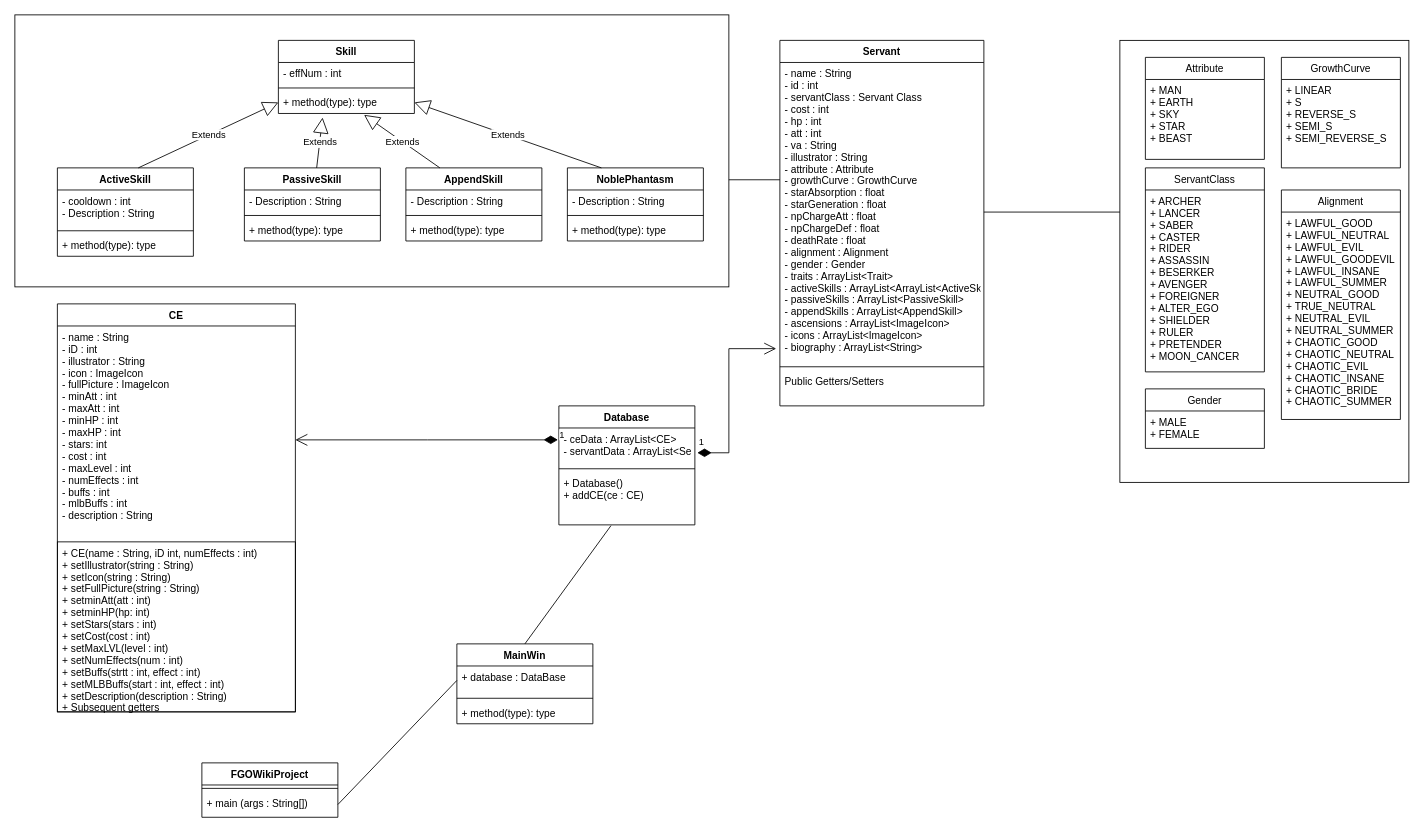
Above: FGO_ServantWiki/WIP_FGOWiki_UML.drawio in Khorva/Personal-Projects (draw.io), before the change. Source tidied: cells renumbered, new cells numbered last; positions are measured from the earlier drawing's top-left corner, leaving out a move shared by most shapes. Both pictures are drawn from the tidied source at 85%, with x=0, y=0 at pixel (14, 14).
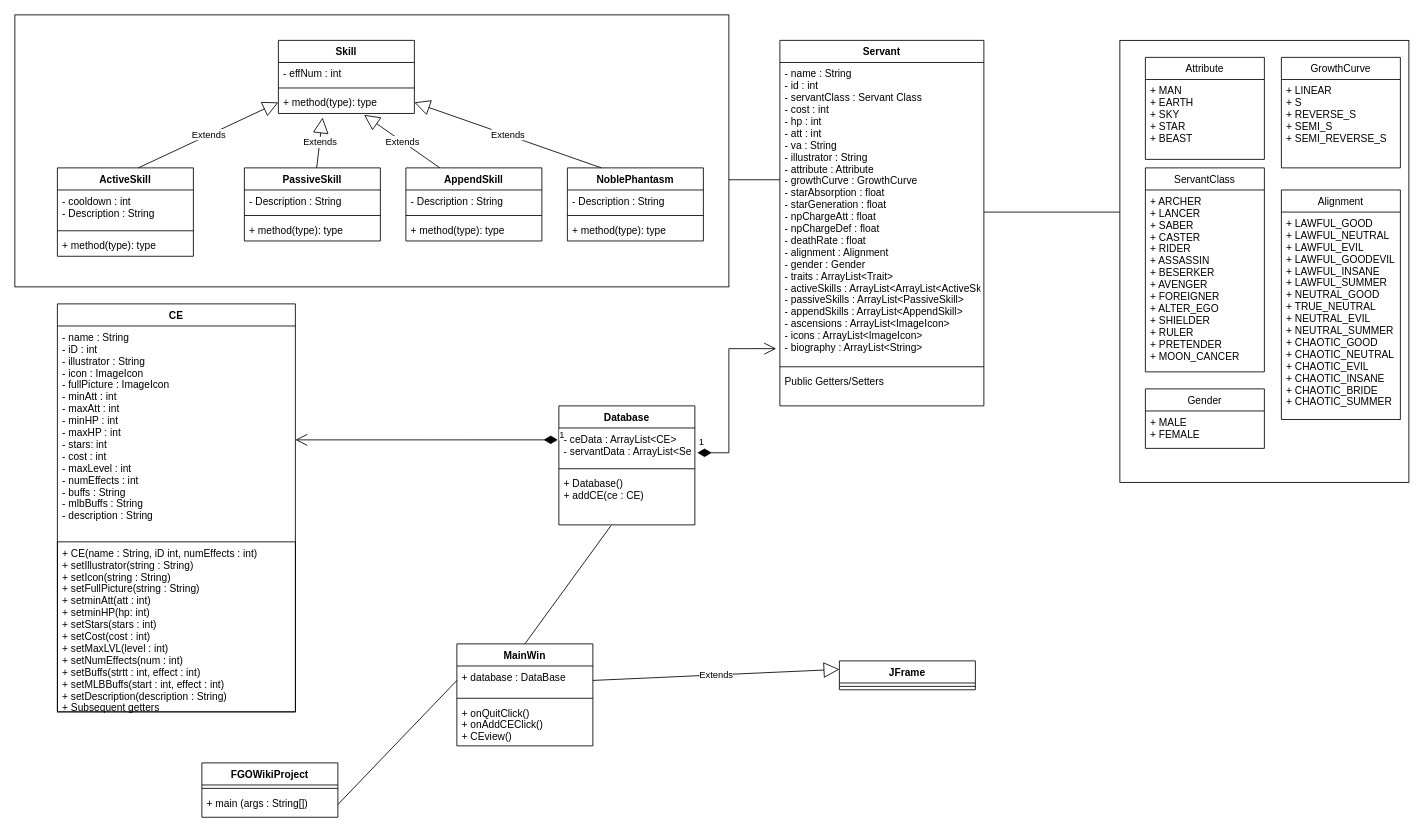
The same diagram, later.

Commit message (it also covers changes not shown here):
Added CEview() method to MainWin

Unchanged cells that the change refers to:
```xml
<mxCell id="7" value="CE" style="swimlane;fontStyle=1;align=center;verticalAlign=top;horizontal=1;startSize=26;" parent="1" vertex="1">
  <mxGeometry x="50" y="340" width="280" height="480" as="geometry" />
</mxCell>
<mxCell id="57" value="+ database : DataBase" style="text;strokeColor=none;fillColor=none;align=left;verticalAlign=top;spacingLeft=4;spacingRight=4;overflow=hidden;points=[[0,0.5],[1,0.5]];portConstraint=eastwest;" parent="56" vertex="1">
  <mxGeometry y="26" width="160" height="34" as="geometry" />
</mxCell>
```

The edit, as a diff of the source:
```diff
@@
-    <mxCell id="8" value="- name : String&#10;- iD : int&#10;- illustrator : String&#10;- icon : ImageIcon&#10;- fullPicture : ImageIcon&#10;- minAtt : int&#10;- maxAtt : int&#10;- minHP : int&#10;- maxHP : int&#10;- stars: int&#10;- cost : int&#10;- maxLevel : int&#10;- numEffects : int&#10;- buffs : int&#10;- mlbBuffs : int&#10;- description : String" style="text;strokeColor=none;fillColor=none;align=left;verticalAlign=top;spacingLeft=4;spacingRight=4;overflow=hidden;" parent="7" vertex="1">
+    <mxCell id="8" value="- name : String&#10;- iD : int&#10;- illustrator : String&#10;- icon : ImageIcon&#10;- fullPicture : ImageIcon&#10;- minAtt : int&#10;- maxAtt : int&#10;- minHP : int&#10;- maxHP : int&#10;- stars: int&#10;- cost : int&#10;- maxLevel : int&#10;- numEffects : int&#10;- buffs : String&#10;- mlbBuffs : String&#10;- description : String" style="text;strokeColor=none;fillColor=none;align=left;verticalAlign=top;spacingLeft=4;spacingRight=4;overflow=hidden;" parent="7" vertex="1">
       <mxGeometry y="26" width="280" height="254" as="geometry" />
     </mxCell>
@@
     <mxCell id="56" value="MainWin" style="swimlane;fontStyle=1;align=center;verticalAlign=top;horizontal=1;startSize=26;" parent="1" vertex="1">
-      <mxGeometry x="520" y="740" width="160" height="94" as="geometry" />
+      <mxGeometry x="520" y="740" width="160" height="120" as="geometry" />
     </mxCell>
@@
-    <mxCell id="59" value="+ method(type): type" style="text;strokeColor=none;fillColor=none;align=left;verticalAlign=top;spacingLeft=4;spacingRight=4;overflow=hidden;" parent="56" vertex="1">
-      <mxGeometry y="68" width="160" height="26" as="geometry" />
+    <mxCell id="59" value="+ onQuitClick()&#10;+ onAddCEClick()&#10;+ CEview()" style="text;strokeColor=none;fillColor=none;align=left;verticalAlign=top;spacingLeft=4;spacingRight=4;overflow=hidden;" parent="56" vertex="1">
+      <mxGeometry y="68" width="160" height="52" as="geometry" />
     </mxCell>
@@
+    <mxCell id="63" value="JFrame" style="swimlane;fontStyle=1;align=center;verticalAlign=top;horizontal=1;startSize=26;" parent="1" vertex="1">
+      <mxGeometry x="970" y="760" width="160" height="34" as="geometry" />
+    </mxCell>
+    <mxCell id="64" style="line;strokeWidth=1;fillColor=none;align=left;verticalAlign=middle;spacingTop=-1;spacingLeft=3;spacingRight=3;labelPosition=right;" parent="63" vertex="1">
+      <mxGeometry y="26" width="160" height="8" as="geometry" />
+    </mxCell>
+    <mxCell id="65" value="Extends" style="endArrow=block;endSize=16;endFill=0;html=1;rounded=0;exitX=1;exitY=0.5;exitDx=0;exitDy=0;" parent="1" edge="1" source="57">
+      <mxGeometry relative="1" as="geometry">
+        <mxPoint x="970" y="770" as="targetPoint" />
+      </mxGeometry>
+    </mxCell>
```
